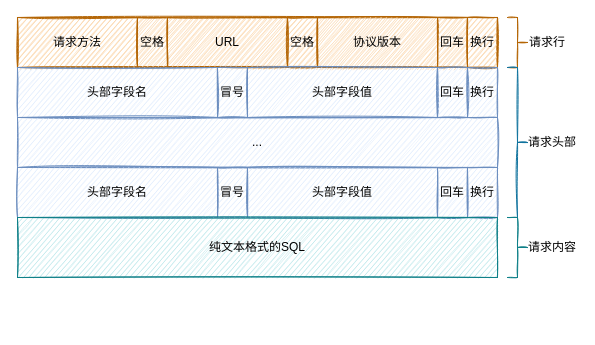
Earlier version of the draw.io diagram ck http response.drawio (leonce28/draw-io-img). Source tidied: cells renumbered, new cells numbered last; positions are measured from the earlier drawing's top-left corner, leaving out a move shared by most shapes. Both pictures are drawn from the tidied source at 100%, with x=0, y=0 at pixel (17, 17).
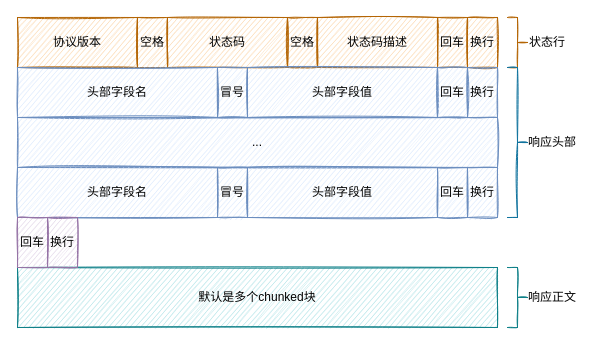
The same diagram, later.

Change to the diagram source:
```diff
@@
-    <mxCell id="2" style="rounded=0;whiteSpace=wrap;html=1;fillStyle=auto;fillColor=#fad7ac;gradientDirection=north;sketch=1;strokeColor=#b46504;" parent="1" vertex="1">
-      <mxGeometry width="480" height="50" as="geometry" />
-    </mxCell>
-    <mxCell id="3" value="请求方法" style="rounded=0;whiteSpace=wrap;html=1;fillStyle=auto;fillColor=#fad7ac;gradientDirection=north;sketch=1;strokeColor=#b46504;" parent="1" vertex="1">
+    <mxCell id="3" value="协议版本" style="rounded=0;whiteSpace=wrap;html=1;fillStyle=auto;fillColor=#fad7ac;gradientDirection=north;sketch=1;strokeColor=#b46504;" parent="1" vertex="1">
       <mxGeometry width="120" height="50" as="geometry" />
     </mxCell>
@@
-    <mxCell id="5" value="URL" style="rounded=0;whiteSpace=wrap;html=1;fillStyle=auto;fillColor=#fad7ac;gradientDirection=north;sketch=1;strokeColor=#b46504;" parent="1" vertex="1">
+    <mxCell id="5" value="状态码" style="rounded=0;whiteSpace=wrap;html=1;fillStyle=auto;fillColor=#fad7ac;gradientDirection=north;sketch=1;strokeColor=#b46504;" parent="1" vertex="1">
       <mxGeometry x="150" width="120" height="50" as="geometry" />
     </mxCell>
@@
-    <mxCell id="7" value="协议版本" style="rounded=0;whiteSpace=wrap;html=1;fillStyle=auto;fillColor=#fad7ac;gradientDirection=north;sketch=1;strokeColor=#b46504;" parent="1" vertex="1">
+    <mxCell id="7" value="状态码描述" style="rounded=0;whiteSpace=wrap;html=1;fillStyle=auto;fillColor=#fad7ac;gradientDirection=north;sketch=1;strokeColor=#b46504;" parent="1" vertex="1">
       <mxGeometry x="300" width="120" height="50" as="geometry" />
     </mxCell>
@@
-    <mxCell id="11" value="请求行" style="text;html=1;align=center;verticalAlign=middle;whiteSpace=wrap;rounded=0;fillStyle=auto;sketch=1;" parent="1" vertex="1">
+    <mxCell id="11" value="状态行" style="text;html=1;align=center;verticalAlign=middle;whiteSpace=wrap;rounded=0;fillStyle=auto;sketch=1;" parent="1" vertex="1">
       <mxGeometry x="510" y="10" width="40" height="30" as="geometry" />
     </mxCell>
@@
-    <mxCell id="24" value="请求头部" style="text;html=1;align=center;verticalAlign=middle;whiteSpace=wrap;rounded=0;fillStyle=auto;sketch=1;" parent="1" vertex="1">
+    <mxCell id="24" value="响应头部" style="text;html=1;align=center;verticalAlign=middle;whiteSpace=wrap;rounded=0;fillStyle=auto;sketch=1;" parent="1" vertex="1">
       <mxGeometry x="510" y="110" width="50" height="30" as="geometry" />
     </mxCell>
-    <mxCell id="25" value="纯文本格式的SQL" style="rounded=0;whiteSpace=wrap;html=1;fillStyle=auto;fillColor=#b0e3e6;gradientDirection=north;sketch=1;strokeColor=#0e8088;" parent="1" vertex="1">
-      <mxGeometry y="200" width="480" height="60" as="geometry" />
+    <mxCell id="25" value="默认是多个chunked块" style="rounded=0;whiteSpace=wrap;html=1;fillStyle=auto;fillColor=#b0e3e6;gradientDirection=north;sketch=1;strokeColor=#0e8088;" parent="1" vertex="1">
+      <mxGeometry y="250" width="480" height="60" as="geometry" />
     </mxCell>
     <mxCell id="26" style="shape=curlyBracket;whiteSpace=wrap;html=1;rounded=0;flipH=1;fillStyle=auto;fillColor=#b0e3e6;gradientDirection=north;sketch=1;strokeColor=#0e8088;" parent="1" vertex="1">
-      <mxGeometry x="490" y="200" width="20" height="60" as="geometry" />
+      <mxGeometry x="490" y="250" width="20" height="60" as="geometry" />
     </mxCell>
-    <mxCell id="27" value="请求内容" style="text;html=1;align=center;verticalAlign=middle;whiteSpace=wrap;rounded=0;fillStyle=auto;sketch=1;" parent="1" vertex="1">
-      <mxGeometry x="510" y="215" width="50" height="30" as="geometry" />
+    <mxCell id="27" value="响应正文" style="text;html=1;align=center;verticalAlign=middle;whiteSpace=wrap;rounded=0;fillStyle=auto;sketch=1;" parent="1" vertex="1">
+      <mxGeometry x="510" y="265" width="50" height="30" as="geometry" />
     </mxCell>
+    <mxCell id="28" value="回车" style="rounded=0;whiteSpace=wrap;html=1;fillStyle=auto;fillColor=#e1d5e7;gradientDirection=north;sketch=1;strokeColor=#9673a6;" parent="1" vertex="1">
+      <mxGeometry y="200" width="30" height="50" as="geometry" />
+    </mxCell>
+    <mxCell id="29" value="换行" style="rounded=0;whiteSpace=wrap;html=1;fillStyle=auto;fillColor=#e1d5e7;gradientDirection=north;sketch=1;strokeColor=#9673a6;" parent="1" vertex="1">
+      <mxGeometry x="30" y="200" width="30" height="50" as="geometry" />
+    </mxCell>
```
